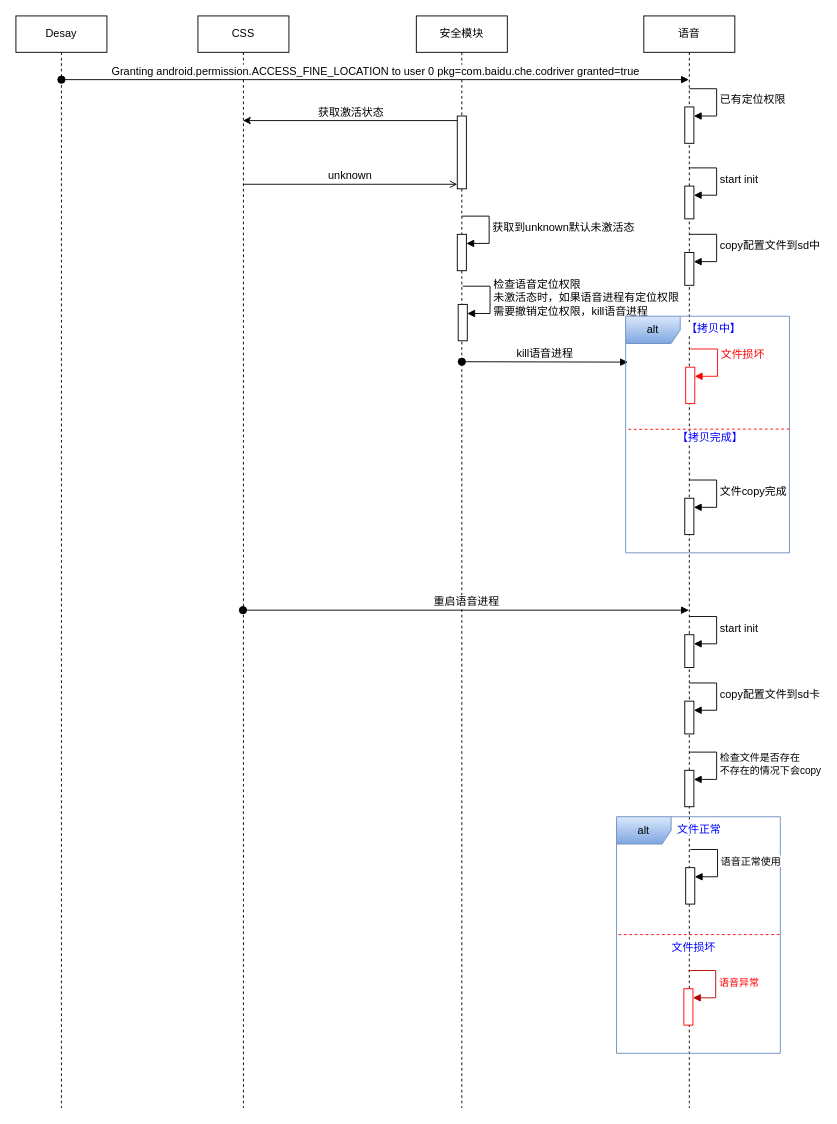
Above: page "第 21 页" (21 of 22) of 未命名绘图.drawio in songlongGithub/CustomDemo (draw.io), before the change. Source tidied: cells renumbered, new cells numbered last; positions are measured from the earlier drawing's top-left corner, leaving out a move shared by most shapes. Both pictures are drawn from the tidied source at 91%, with x=0, y=0 at pixel (15, 15).
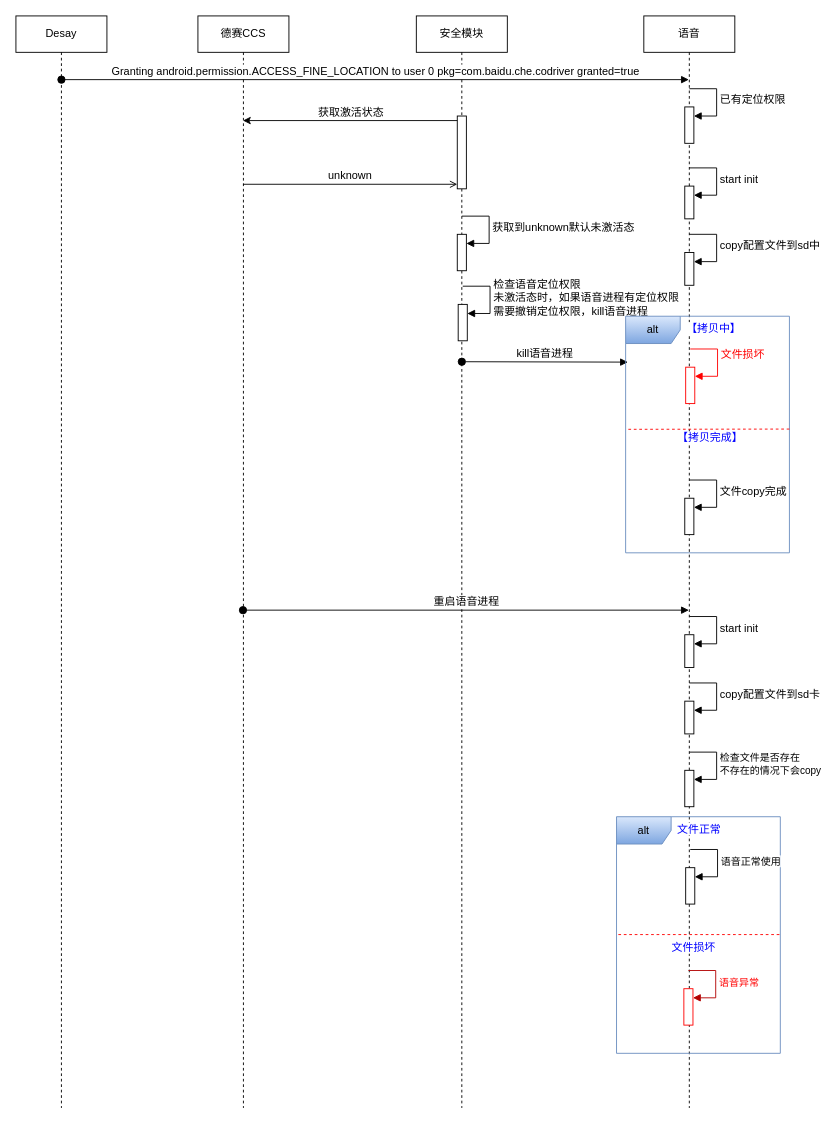
Above is the later version.

The edit, as a diff of the source:
```diff
@@
-    <mxCell id="2" value="CSS" style="shape=umlLifeline;perimeter=lifelinePerimeter;whiteSpace=wrap;html=1;outlineConnect=0;portConstraint=eastwest;newEdgeStyle={&quot;curved&quot;:0,&quot;rounded&quot;:0};fontSize=12;" parent="1" vertex="1">
+    <mxCell id="2" value="德赛CCS" style="shape=umlLifeline;perimeter=lifelinePerimeter;whiteSpace=wrap;html=1;outlineConnect=0;portConstraint=eastwest;newEdgeStyle={&quot;curved&quot;:0,&quot;rounded&quot;:0};fontSize=12;" parent="1" vertex="1">
       <mxGeometry x="200" width="100" height="1200" as="geometry" />
     </mxCell>
```
